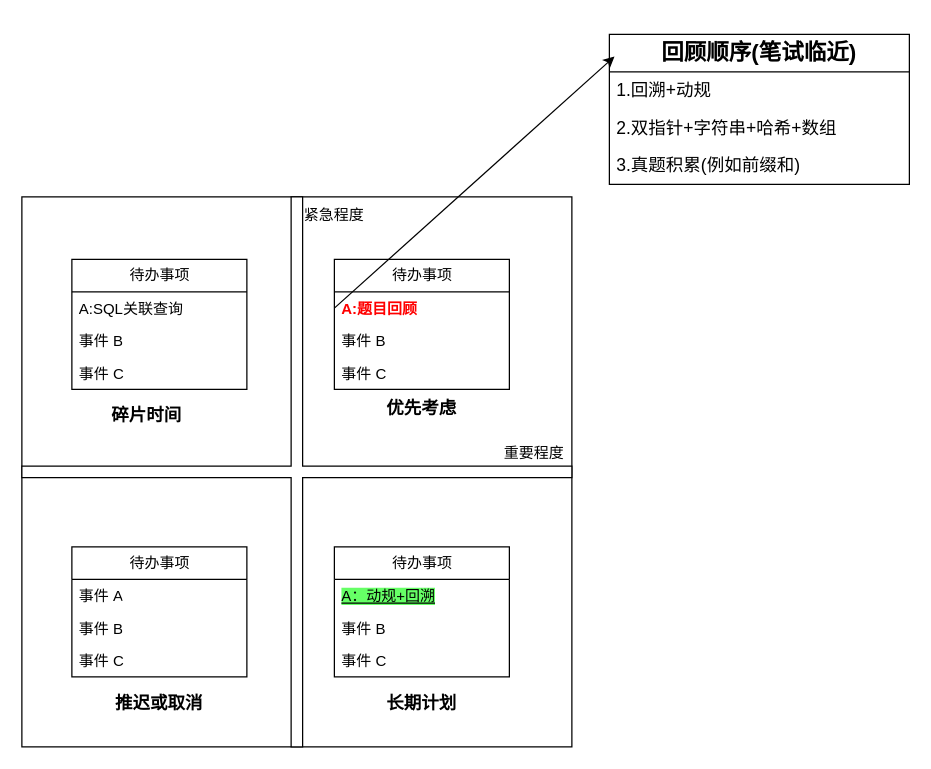
This is 优先级象限.drawio from beyondgogogo/Graph, a draw.io file, before an edit. Source tidied: cells renumbered, new cells numbered last; positions are measured from the earlier drawing's top-left corner, leaving out a move shared by most shapes. Both pictures are drawn from the tidied source at 125%, with x=0, y=0 at pixel (21, 34).
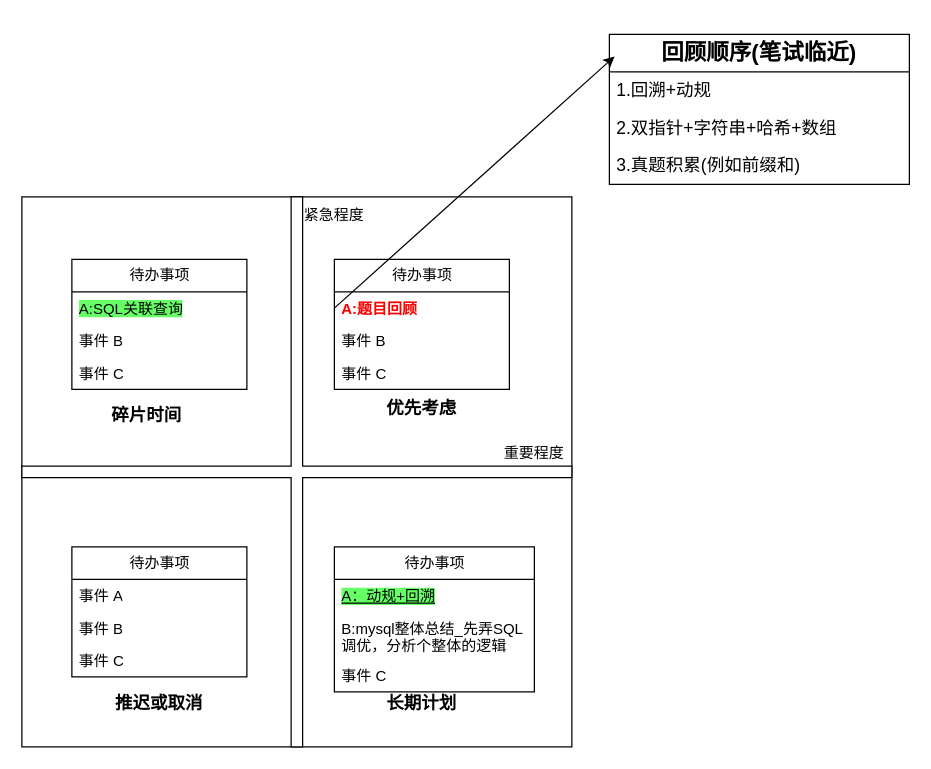
The same diagram, later.

Commit message:
更新优先级象限.drawio

Unchanged cells that the change refers to:
```xml
<mxCell id="10" value="待办事项" style="swimlane;fontStyle=0;horizontal=1;startSize=26;fillColor=none;html=1;" parent="1" vertex="1">
  <mxGeometry x="40" y="180" width="140" height="104" as="geometry" />
</mxCell>
```

The edit, as a diff of the source:
```diff
@@
-    <mxCell id="11" value="A:SQL关联查询" style="text;strokeColor=none;fillColor=none;align=left;verticalAlign=top;spacingLeft=4;spacingRight=4;overflow=hidden;whiteSpace=wrap;html=1;" parent="10" vertex="1">
+    <mxCell id="11" value="&lt;span style=&quot;background-color: rgb(102, 255, 102);&quot;&gt;A:SQL关联查询&lt;/span&gt;" style="text;strokeColor=none;fillColor=none;align=left;verticalAlign=top;spacingLeft=4;spacingRight=4;overflow=hidden;whiteSpace=wrap;html=1;" parent="10" vertex="1">
       <mxGeometry y="26" width="140" height="26" as="geometry" />
     </mxCell>
@@
     <mxCell id="14" value="待办事项" style="swimlane;fontStyle=0;horizontal=1;startSize=26;fillColor=none;html=1;" parent="1" vertex="1">
-      <mxGeometry x="250" y="410" width="140" height="104" as="geometry" />
+      <mxGeometry x="250" y="410" width="160" height="116" as="geometry" />
     </mxCell>
     <mxCell id="15" value="&lt;u style=&quot;background-color: rgb(102, 255, 102);&quot;&gt;A：动规+回溯&lt;/u&gt;" style="text;strokeColor=none;fillColor=none;align=left;verticalAlign=top;spacingLeft=4;spacingRight=4;overflow=hidden;whiteSpace=wrap;html=1;" parent="14" vertex="1">
-      <mxGeometry y="26" width="140" height="26" as="geometry" />
+      <mxGeometry y="26" width="160" height="26" as="geometry" />
     </mxCell>
-    <mxCell id="16" value="事件 B" style="text;strokeColor=none;fillColor=none;align=left;verticalAlign=top;spacingLeft=4;spacingRight=4;overflow=hidden;whiteSpace=wrap;html=1;" parent="14" vertex="1">
-      <mxGeometry y="52" width="140" height="26" as="geometry" />
+    <mxCell id="16" value="B:mysql整体总结_先弄SQL调优，分析个整体的逻辑" style="text;strokeColor=none;fillColor=none;align=left;verticalAlign=top;spacingLeft=4;spacingRight=4;overflow=hidden;whiteSpace=wrap;html=1;" parent="14" vertex="1">
+      <mxGeometry y="52" width="160" height="38" as="geometry" />
     </mxCell>
     <mxCell id="17" value="事件 C" style="text;strokeColor=none;fillColor=none;align=left;verticalAlign=top;spacingLeft=4;spacingRight=4;overflow=hidden;whiteSpace=wrap;html=1;" parent="14" vertex="1">
-      <mxGeometry y="78" width="140" height="26" as="geometry" />
+      <mxGeometry y="90" width="160" height="26" as="geometry" />
     </mxCell>
```
